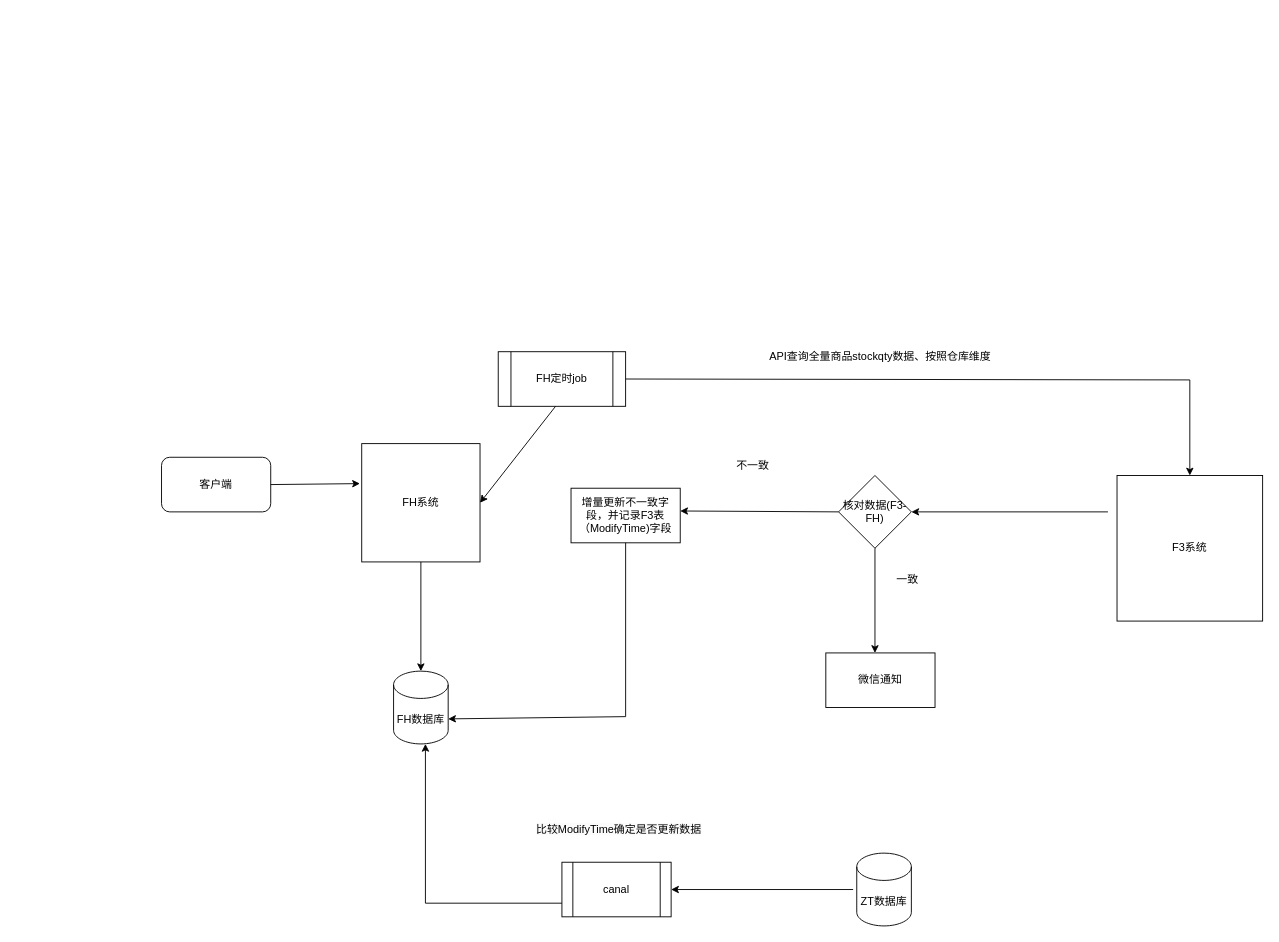
Above: SketchMap/FH库存校验.drawio in liuyunlong1229/aaa (draw.io), before the change. Source tidied: cells renumbered, new cells numbered last; positions are measured from the earlier drawing's top-left corner, leaving out a move shared by most shapes. Both pictures are drawn from the tidied source at 91%, with x=0, y=0 at pixel (161, 343).
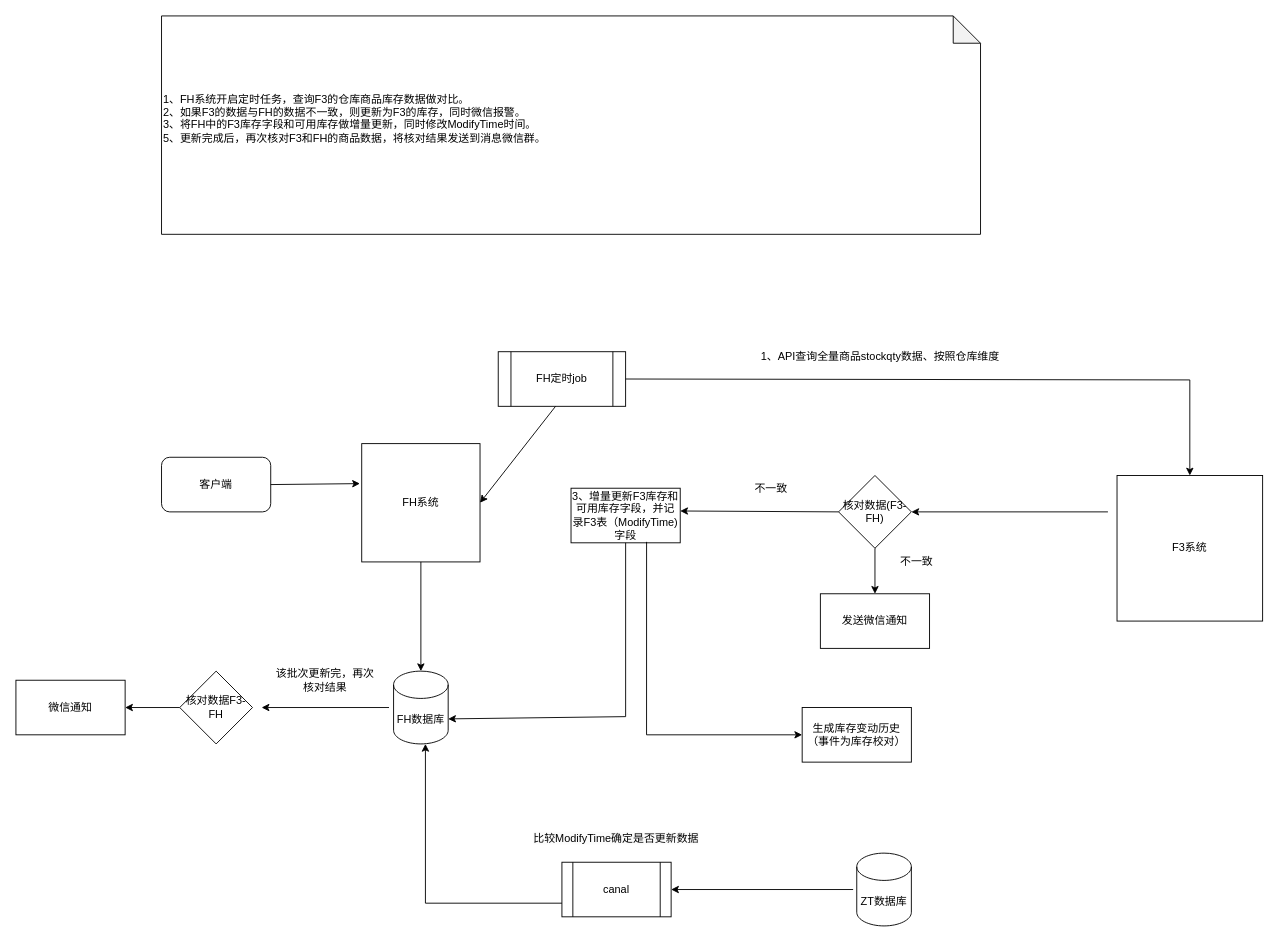
Above is the later version.

Commit message:
更新FH库存校验.drawio

Unchanged cells that the change refers to:
```xml
<mxCell id="12" value="核对数据(F3-FH)" style="rhombus;whiteSpace=wrap;html=1;" parent="1" vertex="1">
  <mxGeometry x="744" y="145" width="80" height="80" as="geometry" />
</mxCell>
```

The edit, as a diff of the source:
```diff
@@
-    <mxCell id="8" value="API查询全量商品stockqty数据、按照仓库维度" style="text;html=1;align=center;verticalAlign=middle;whiteSpace=wrap;rounded=0;" parent="1" vertex="1">
+    <mxCell id="8" value="1、API查询全量商品stockqty数据、按照仓库维度" style="text;html=1;align=center;verticalAlign=middle;whiteSpace=wrap;rounded=0;" parent="1" vertex="1">
       <mxGeometry x="640" width="300" height="30" as="geometry" />
     </mxCell>
@@
+    <mxCell id="26" style="edgeStyle=orthogonalEdgeStyle;rounded=0;jettySize=auto;html=1;" parent="1" edge="1" source="12" target="31">
+      <mxGeometry relative="1" as="geometry" />
+    </mxCell>
@@
-    <mxCell id="14" style="endArrow=classic;html=1;rounded=0;exitX=0.5;exitY=1;exitDx=0;exitDy=0;" parent="1" edge="1" source="12">
-      <mxGeometry relative="1" as="geometry">
-        <mxPoint x="784" y="340" as="targetPoint" />
-      </mxGeometry>
-    </mxCell>
-    <mxCell id="15" value="一致" style="text;html=1;align=center;verticalAlign=middle;whiteSpace=wrap;rounded=0;" parent="1" vertex="1">
-      <mxGeometry x="790" y="245" width="60" height="30" as="geometry" />
-    </mxCell>
-    <mxCell id="16" value="不一致" style="text;html=1;align=center;verticalAlign=middle;whiteSpace=wrap;rounded=0;" parent="1" vertex="1">
-      <mxGeometry x="620" y="119" width="60" height="30" as="geometry" />
-    </mxCell>
-    <mxCell id="17" value="增量更新不一致字段，并记录F3表（ModifyTime)字段" style="rounded=0;whiteSpace=wrap;html=1;" parent="1" vertex="1">
+    <mxCell id="17" value="3、增量更新F3库存和可用库存字段，并记录F3表（ModifyTime)字段" style="rounded=0;whiteSpace=wrap;html=1;" parent="1" vertex="1">
       <mxGeometry x="450" y="159" width="120" height="60" as="geometry" />
     </mxCell>
@@
     <mxCell id="20" value="&lt;span style=&quot;color: rgb(0, 0, 0); font-family: Helvetica; font-size: 12px; font-style: normal; font-variant-ligatures: normal; font-variant-caps: normal; font-weight: 400; letter-spacing: normal; orphans: 2; text-align: center; text-indent: 0px; text-transform: none; widows: 2; word-spacing: 0px; -webkit-text-stroke-width: 0px; white-space: normal; background-color: rgb(251, 251, 251); text-decoration-thickness: initial; text-decoration-style: initial; text-decoration-color: initial; display: inline !important; float: none;&quot;&gt;比较ModifyTime确定是否更新数据&lt;/span&gt;" style="text;whiteSpace=wrap;html=1;" parent="1" vertex="1">
-      <mxGeometry x="410" y="520" width="220" height="40" as="geometry" />
+      <mxGeometry x="407" y="530" width="220" height="40" as="geometry" />
     </mxCell>
@@
+    <mxCell id="27" style="endArrow=classic;html=1;rounded=0;entryX=1;entryY=0.5;entryDx=0;entryDy=0;" parent="1" edge="1">
+      <mxGeometry relative="1" as="geometry">
+        <mxPoint x="250" y="400" as="sourcePoint" />
+        <mxPoint x="110" y="400" as="targetPoint" />
+      </mxGeometry>
+    </mxCell>
+    <mxCell id="28" style="edgeStyle=orthogonalEdgeStyle;rounded=0;jettySize=auto;html=1;entryX=1;entryY=0.5;entryDx=0;entryDy=0;" parent="1" edge="1" source="29" target="25">
+      <mxGeometry relative="1" as="geometry" />
+    </mxCell>
+    <mxCell id="29" value="核对数据F3-FH" style="rhombus;whiteSpace=wrap;html=1;" parent="1" vertex="1">
+      <mxGeometry x="20" y="360" width="80" height="80" as="geometry" />
+    </mxCell>
     <mxCell id="25" value="微信通知" style="rounded=0;whiteSpace=wrap;html=1;" parent="1" vertex="1">
-      <mxGeometry x="730" y="340" width="120" height="60" as="geometry" />
+      <mxGeometry x="-160" y="370" width="120" height="60" as="geometry" />
     </mxCell>
+    <mxCell id="30" value="该批次更新完，再次核对结果" style="text;html=1;align=center;verticalAlign=middle;whiteSpace=wrap;rounded=0;" parent="1" vertex="1">
+      <mxGeometry x="120" y="340" width="120" height="60" as="geometry" />
+    </mxCell>
+    <mxCell id="31" value="发送微信通知" style="rounded=0;whiteSpace=wrap;html=1;" parent="1" vertex="1">
+      <mxGeometry x="724" y="275" width="120" height="60" as="geometry" />
+    </mxCell>
+    <mxCell id="32" value="不一致" style="text;html=1;align=center;verticalAlign=middle;whiteSpace=wrap;rounded=0;" parent="1" vertex="1">
+      <mxGeometry x="640" y="145" width="60" height="30" as="geometry" />
+    </mxCell>
+    <mxCell id="33" value="不一致" style="text;html=1;align=center;verticalAlign=middle;whiteSpace=wrap;rounded=0;" parent="1" vertex="1">
+      <mxGeometry x="800" y="225" width="60" height="30" as="geometry" />
+    </mxCell>
+    <mxCell id="34" value="&lt;div&gt;&lt;div&gt;1、FH系统开启定时任务，查询F3的仓库商品库存数据做对比。&lt;/div&gt;&lt;div&gt;2、如果F3的数据与FH的数据不一致，则更新为F3的库存，同时微信报警。&lt;/div&gt;&lt;div&gt;3、将FH中的F3库存字段和可用库存做增量更新，同时修改&lt;span style=&quot;text-align: center; background-color: initial;&quot;&gt;ModifyTime时间。&lt;/span&gt;&lt;/div&gt;&lt;div&gt;5、更新完成后，再次核对F3和FH的商品数据，将核对结果发送到消息微信群。&lt;/div&gt;&lt;/div&gt;&lt;div&gt;&lt;br&gt;&lt;/div&gt;" style="shape=note;whiteSpace=wrap;html=1;backgroundOutline=1;darkOpacity=0.05;align=left;" parent="1" vertex="1">
+      <mxGeometry y="-360" width="900" height="240" as="geometry" />
+    </mxCell>
+    <mxCell id="35" value="生成库存变动历史（事件为库存校对）" style="rounded=0;whiteSpace=wrap;html=1;" parent="1" vertex="1">
+      <mxGeometry x="704" y="400" width="120" height="60" as="geometry" />
+    </mxCell>
+    <mxCell id="36" style="endArrow=classic;html=1;rounded=0;exitX=0.692;exitY=0.983;exitDx=0;exitDy=0;exitPerimeter=0;entryX=0;entryY=0.5;entryDx=0;entryDy=0;" parent="1" edge="1" source="17" target="35">
+      <mxGeometry relative="1" as="geometry">
+        <Array as="points">
+          <mxPoint x="533" y="430" />
+        </Array>
+      </mxGeometry>
+    </mxCell>
```
